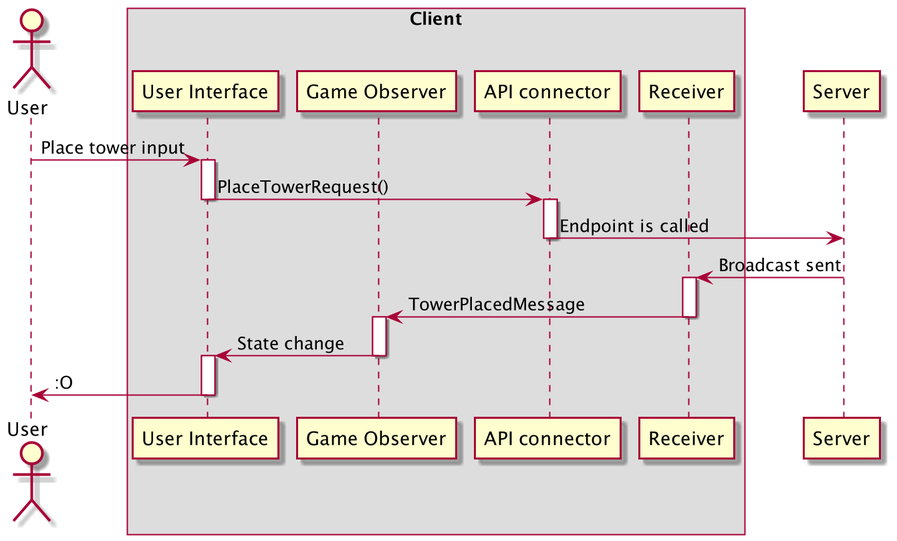
Before: Process/Sequence/ClientInput2.png, a diagram exported from PlantUML (SWA-group-1/PlantUML).
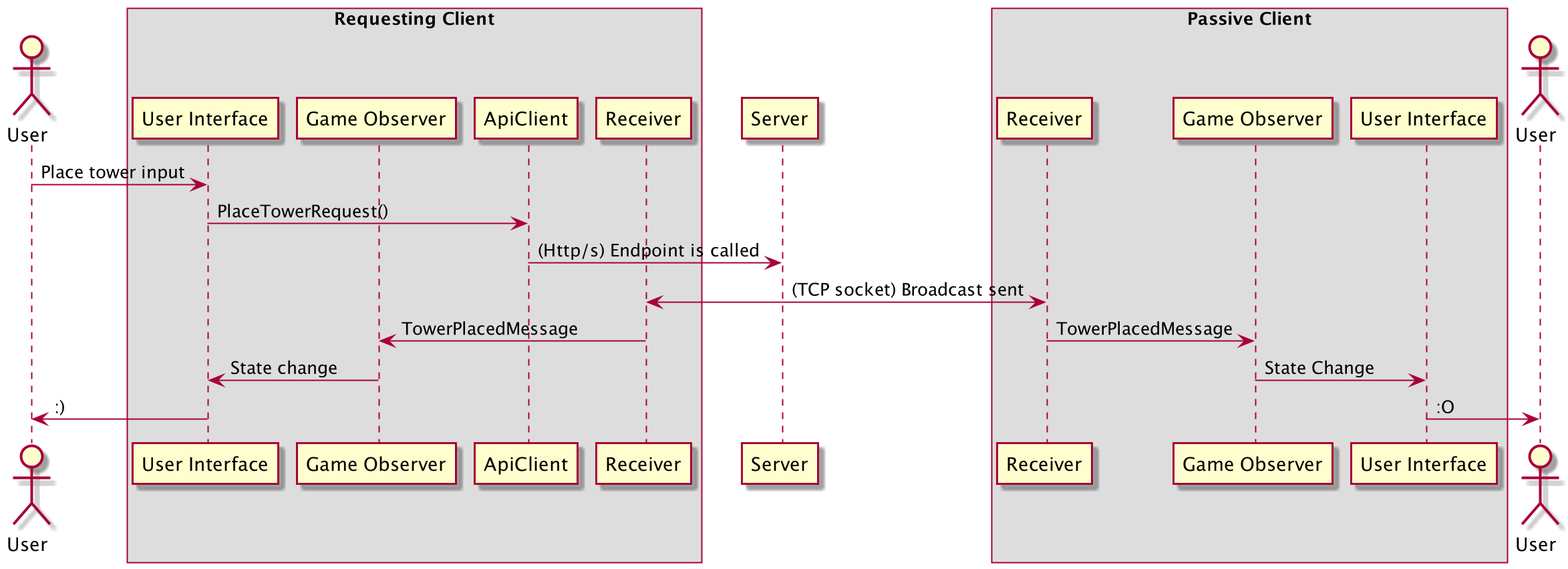
After the change.

Commit message:
Updated clientinput diagram to reflect two clients :O

What changed in the source:
```diff
@@ -1,36 +1,46 @@
 @startuml
+!pragma teoz true
 
 actor "User" as user
-box "Client"
+box "Requesting Client"
     participant "User Interface" as ui
     participant "Game Observer" as game
-    participant "API connector" as connector
+    participant "ApiClient" as connector
     participant "Receiver" as receiver
 end box
 participant "Server" as server
 
+box "Passive Client"
+    participant "Receiver" as receiver2
+    participant "Game Observer" as game2
+    participant "User Interface" as ui2
+
+end box
+actor "User" as user2
+
 user -> ui : Place tower input
 
-activate ui
 ui -> connector : PlaceTowerRequest()
-deactivate ui
 
-activate connector
-connector -> server : Endpoint is called
-deactivate connector
+connector -> server : (Http/s) Endpoint is called
 
-server -> receiver : Broadcast sent
+server -> receiver :
+&server -> receiver2: (TCP socket) Broadcast sent
 
-activate receiver
 receiver -> game: TowerPlacedMessage
-deactivate receiver
+&receiver2 -> game2: TowerPlacedMessage
 
-activate game
 game -> ui : State change
-deactivate game
+&game2 -> ui2: State Change
 
-activate ui
-ui -> user: :O
-deactivate ui
+ui -> user: :)
+&ui2 -> user2:  :O
+
+
+
+
+
+
+
 
 @enduml
```
